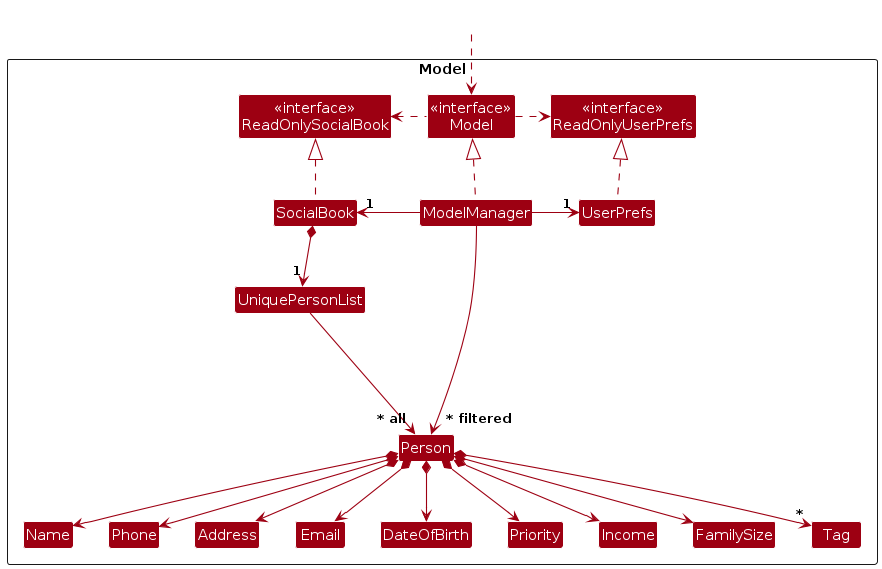
Before: diagrams/ModelClassDiagram.png, a diagram exported from PlantUML (AY2425S1-CS2103T-F14b-1/tp). Its source is kept beside it as diagrams/ModelClassDiagram.puml.
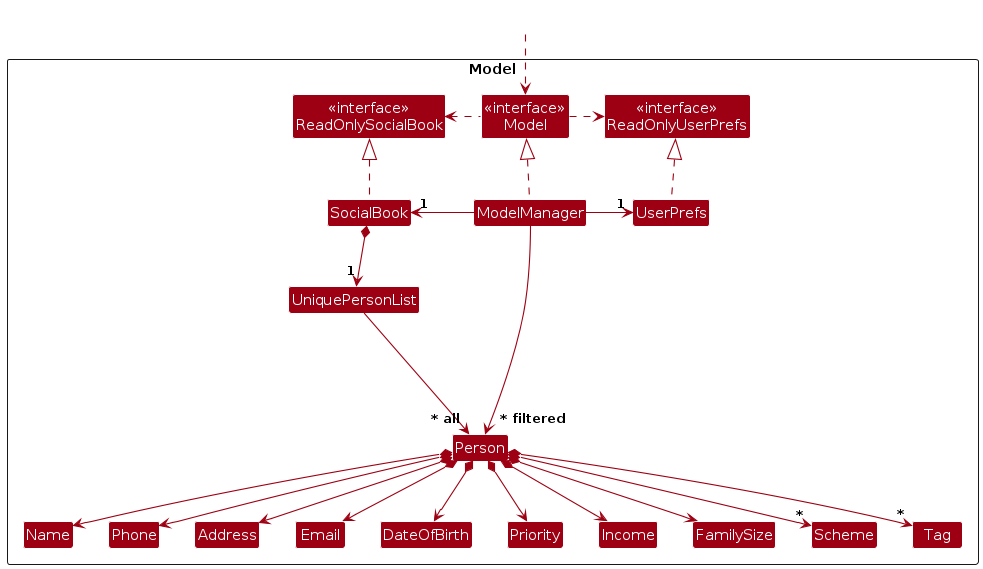
The same file after the commit.

Change to the diagram source:
```diff
@@ -22,6 +22,7 @@
 Class Priority
 Class Income
 Class FamilySize
+Class Scheme
 Class Tag
 
 Class I #FFFFFF
@@ -49,6 +50,7 @@
 Person *--> Priority
 Person *--> Income
 Person *--> FamilySize
+Person *--> "*" Scheme
 Person *--> "*" Tag
 
 Person -[hidden]up--> I
```
